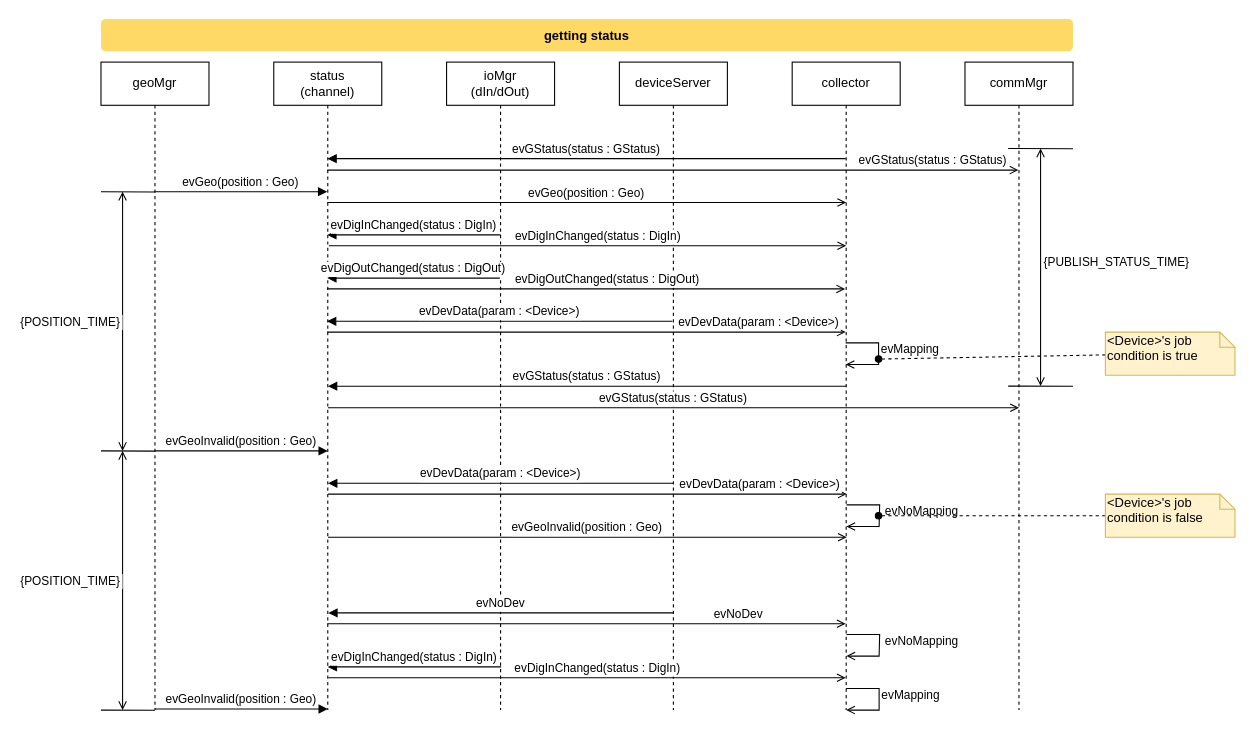
The draw.io diagram page "Collector - getting status" (1 of 4) of models/structure-interaction/collector.drawio in vortexmakes/AgroIoT, before the edit. Source tidied: cells renumbered, new cells numbered last; positions are measured from the earlier drawing's top-left corner, leaving out a move shared by most shapes. Both pictures are drawn from the tidied source at 108%, with x=0, y=0 at pixel (100, 18).
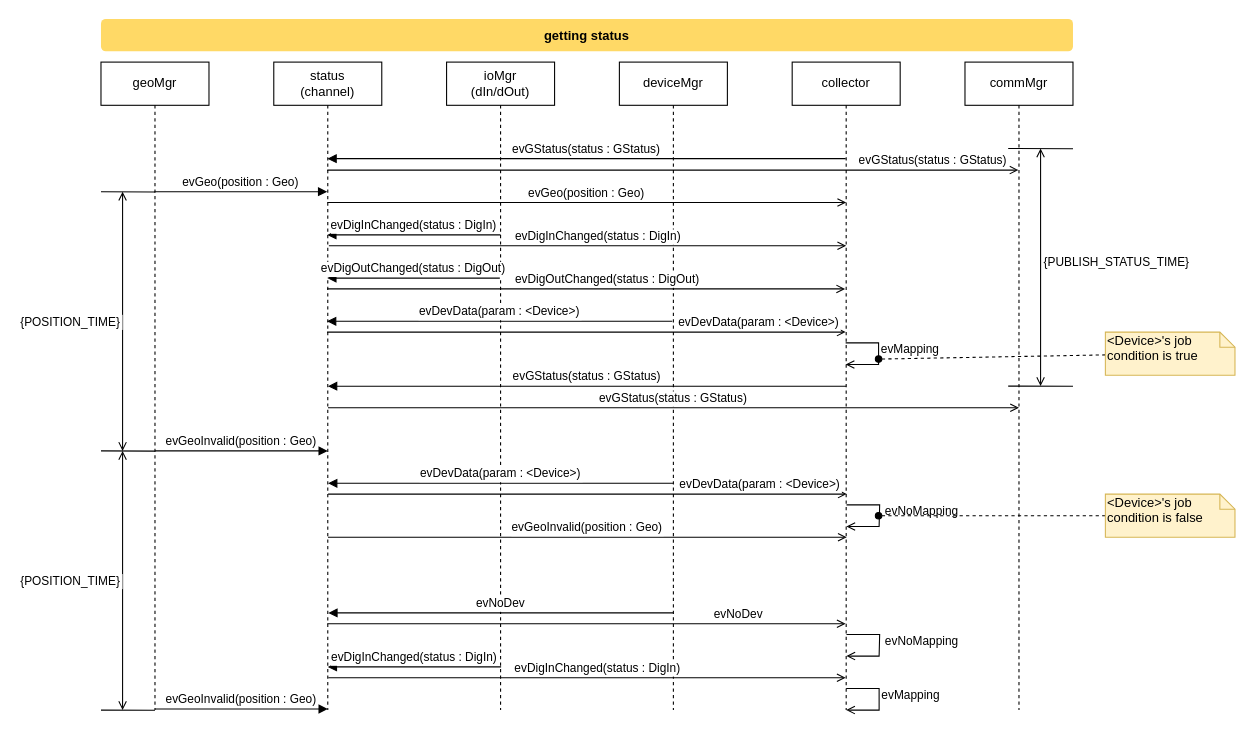
After the change.

The edit, as a diff of the source:
```diff
@@
-    <mxCell id="9" value="deviceServer" style="shape=umlLifeline;perimeter=lifelinePerimeter;whiteSpace=wrap;html=1;" parent="1" vertex="1">
+    <mxCell id="9" value="deviceMgr" style="shape=umlLifeline;perimeter=lifelinePerimeter;whiteSpace=wrap;html=1;" parent="1" vertex="1">
       <mxGeometry x="480" y="40" width="100" height="600" as="geometry" />
     </mxCell>
```
